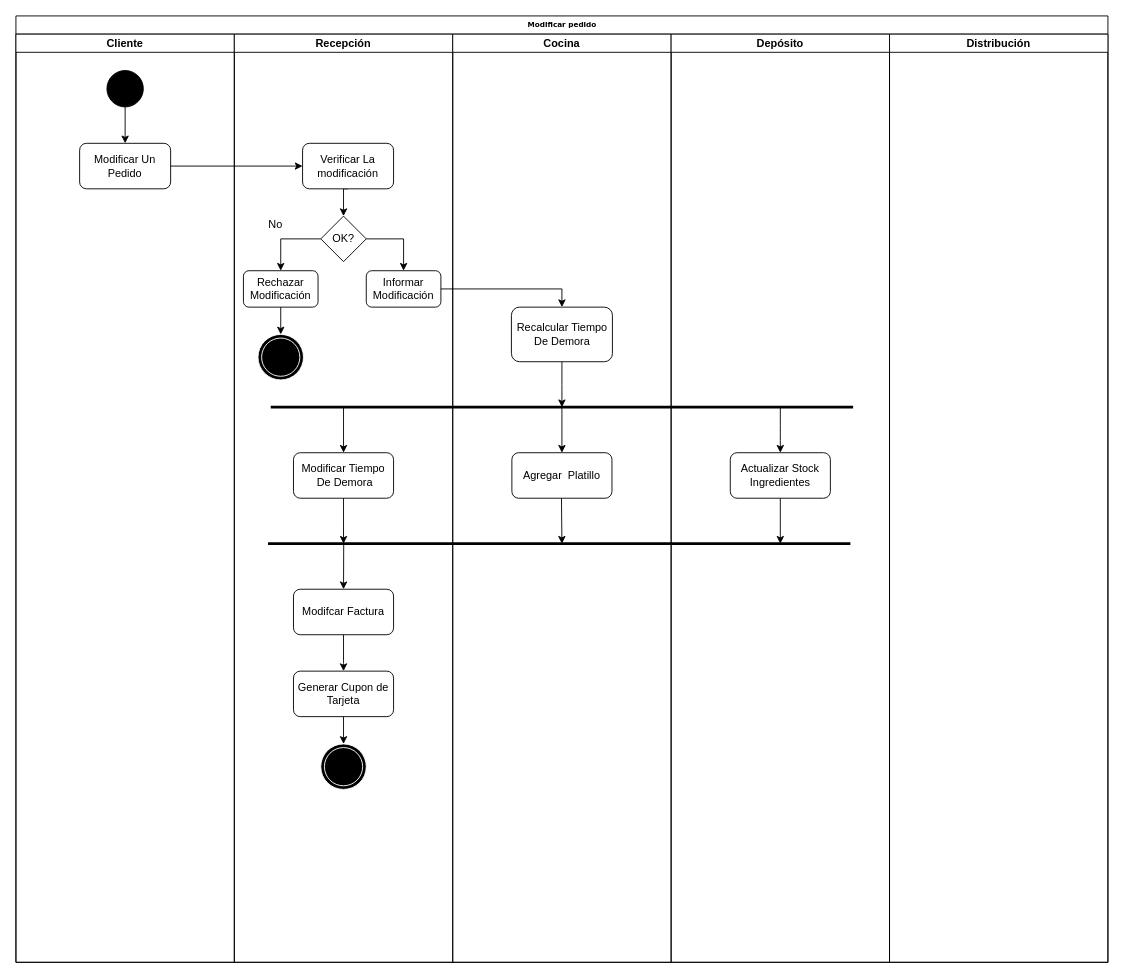
Above: TP1/diagramas/actividad/diagrama_modificarpedido.drawio in mauro7x/aninfo (draw.io), before the change. Source tidied: cells renumbered, new cells numbered last; positions are measured from the earlier drawing's top-left corner, leaving out a move shared by most shapes. Both pictures are drawn from the tidied source at 91%, with x=0, y=0 at pixel (15, 15).
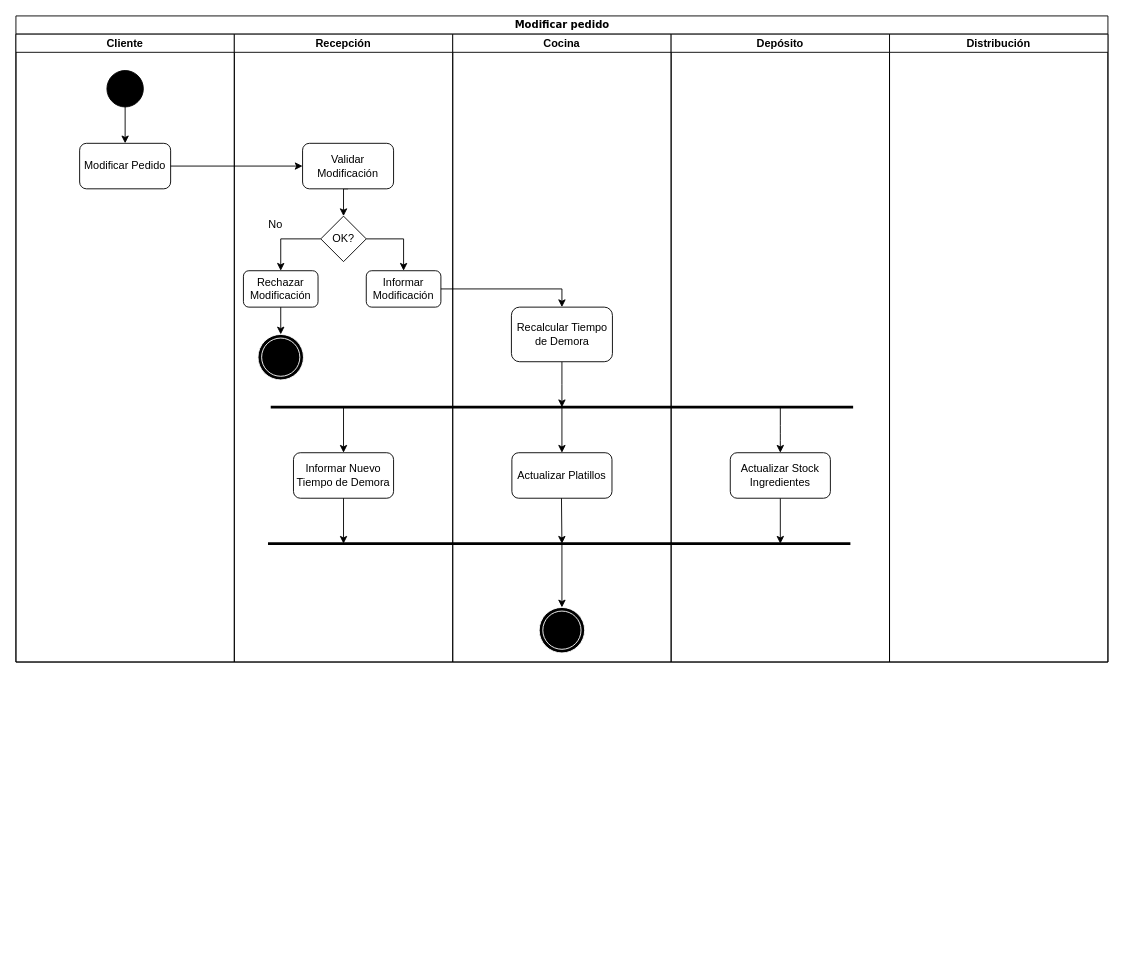
Above is the later version.

Commit message (it also covers changes not shown here):
Modificados diagramas de disponibilidad y modificar pedido

What changed in the source:
```diff
@@
-    <mxCell id="3" value="Modificar pedido" style="swimlane;html=1;startSize=20;rounded=0;shadow=0;labelBackgroundColor=none;strokeWidth=1;fontFamily=Verdana;fontSize=8;align=center;" parent="1" vertex="1">
-      <mxGeometry width="1200" height="1040" as="geometry" />
+    <mxCell id="3" value="&lt;font style=&quot;font-size: 11px&quot;&gt;Modificar pedido&lt;/font&gt;" style="swimlane;html=1;startSize=20;rounded=0;shadow=0;labelBackgroundColor=none;strokeWidth=1;fontFamily=Verdana;fontSize=8;align=center;" parent="1" vertex="1">
+      <mxGeometry width="1200" height="710" as="geometry" />
     </mxCell>
     <mxCell id="4" value="Cliente" style="swimlane;startSize=20;" parent="3" vertex="1">
-      <mxGeometry y="20" width="240" height="1020" as="geometry" />
+      <mxGeometry y="20" width="240" height="690" as="geometry" />
     </mxCell>
@@
-    <mxCell id="7" value="Modificar Un Pedido" style="rounded=1;whiteSpace=wrap;html=1;fillColor=#FFFFFF;" parent="4" vertex="1">
+    <mxCell id="7" value="Modificar Pedido" style="rounded=1;whiteSpace=wrap;html=1;fillColor=#FFFFFF;" parent="4" vertex="1">
       <mxGeometry x="70" y="120" width="100" height="50" as="geometry" />
     </mxCell>
     <mxCell id="8" value="Recepción" style="swimlane;startSize=20;" parent="3" vertex="1">
-      <mxGeometry x="240" y="20" width="240" height="1020" as="geometry" />
+      <mxGeometry x="240" y="20" width="240" height="690" as="geometry" />
     </mxCell>
@@
-    <mxCell id="15" value="Verificar La modificación" style="rounded=1;whiteSpace=wrap;html=1;fillColor=#FFFFFF;" parent="8" vertex="1">
+    <mxCell id="15" value="Validar&lt;br&gt;Modificación" style="rounded=1;whiteSpace=wrap;html=1;fillColor=#FFFFFF;" parent="8" vertex="1">
       <mxGeometry x="75" y="120" width="100" height="50" as="geometry" />
     </mxCell>
-    <mxCell id="16" style="endArrow=classic;html=1;strokeColor=#000000;strokeWidth=1;exitX=0.5;exitY=1;exitDx=0;exitDy=0;entryX=0.5;entryY=0;entryDx=0;entryDy=0;" parent="8" edge="1" source="19" target="20">
-      <mxGeometry relative="1" as="geometry">
-        <Array as="points">
-          <mxPoint x="120" y="690" />
-        </Array>
-      </mxGeometry>
-    </mxCell>
-    <mxCell id="17" value="Modificar Tiempo&lt;br&gt;&amp;nbsp;De Demora" style="rounded=1;whiteSpace=wrap;html=1;fillColor=#FFFFFF;" parent="8" vertex="1">
+    <mxCell id="17" value="Informar Nuevo Tiempo de Demora" style="rounded=1;whiteSpace=wrap;html=1;fillColor=#FFFFFF;" parent="8" vertex="1">
       <mxGeometry x="65" y="460" width="110" height="50" as="geometry" />
     </mxCell>
-    <mxCell id="18" style="endArrow=classic;html=1;strokeColor=#000000;strokeWidth=1;entryX=0.5;entryY=0;entryDx=0;entryDy=0;" parent="8" edge="1" target="19">
-      <mxGeometry relative="1" as="geometry">
-        <mxPoint x="120.2" y="560" as="sourcePoint" />
-      </mxGeometry>
-    </mxCell>
-    <mxCell id="19" value="Modifcar Factura" style="rounded=1;whiteSpace=wrap;html=1;fillColor=#FFFFFF;" parent="8" vertex="1">
-      <mxGeometry x="65" y="610" width="110" height="50" as="geometry" />
-    </mxCell>
-    <mxCell id="20" value="Generar Cupon de Tarjeta" style="rounded=1;whiteSpace=wrap;html=1;fillColor=#FFFFFF;" parent="8" vertex="1">
-      <mxGeometry x="65" y="700" width="110" height="50" as="geometry" />
-    </mxCell>
-    <mxCell id="21" style="ellipse;shape=doubleEllipse;whiteSpace=wrap;html=1;fillColor=#000000;strokeColor=#FFFFFF;" parent="8" vertex="1">
-      <mxGeometry x="95" y="780" width="50" height="50" as="geometry" />
-    </mxCell>
@@
-    <mxCell id="25" style="endArrow=classic;html=1;strokeColor=#000000;strokeWidth=1;exitX=0.5;exitY=1;exitDx=0;exitDy=0;" parent="8" edge="1" source="20" target="21">
-      <mxGeometry relative="1" as="geometry" />
-    </mxCell>
@@
     <mxCell id="29" value="Cocina" style="swimlane;startSize=20;" parent="3" vertex="1">
-      <mxGeometry x="480" y="20" width="240" height="1020" as="geometry" />
+      <mxGeometry x="480" y="20" width="240" height="690" as="geometry" />
     </mxCell>
+    <mxCell id="25" style="endArrow=classic;html=1;strokeColor=#000000;strokeWidth=1;" parent="29" edge="1" target="21">
+      <mxGeometry relative="1" as="geometry">
+        <mxPoint x="120" y="560" as="sourcePoint" />
+      </mxGeometry>
+    </mxCell>
+    <mxCell id="21" style="ellipse;shape=doubleEllipse;whiteSpace=wrap;html=1;fillColor=#000000;strokeColor=#FFFFFF;" parent="29" vertex="1">
+      <mxGeometry x="95" y="630" width="50" height="50" as="geometry" />
+    </mxCell>
-    <mxCell id="30" value="Recalcular Tiempo De Demora" style="rounded=1;whiteSpace=wrap;html=1;fillColor=#FFFFFF;" parent="29" vertex="1">
+    <mxCell id="30" value="Recalcular Tiempo &lt;br&gt;de Demora" style="rounded=1;whiteSpace=wrap;html=1;fillColor=#FFFFFF;" parent="29" vertex="1">
       <mxGeometry x="64.5" y="300" width="111" height="60" as="geometry" />
     </mxCell>
-    <mxCell id="31" value="Agregar&amp;nbsp; Platillo" style="rounded=1;whiteSpace=wrap;html=1;fillColor=#FFFFFF;" parent="29" vertex="1">
+    <mxCell id="31" value="Actualizar Platillos" style="rounded=1;whiteSpace=wrap;html=1;fillColor=#FFFFFF;" parent="29" vertex="1">
       <mxGeometry x="65" y="460" width="110" height="50" as="geometry" />
     </mxCell>
@@
     <mxCell id="34" value="Depósito" style="swimlane;fillColor=#FFFFFF;startSize=20;" parent="3" vertex="1">
-      <mxGeometry x="720" y="20" width="240" height="1020" as="geometry" />
+      <mxGeometry x="720" y="20" width="240" height="690" as="geometry" />
     </mxCell>
@@
     <mxCell id="38" value="Distribución" style="swimlane;fillColor=#FFFFFF;startSize=20;" parent="3" vertex="1">
-      <mxGeometry x="960" y="20" width="240" height="1020" as="geometry" />
+      <mxGeometry x="960" y="20" width="240" height="690" as="geometry" />
     </mxCell>
```
